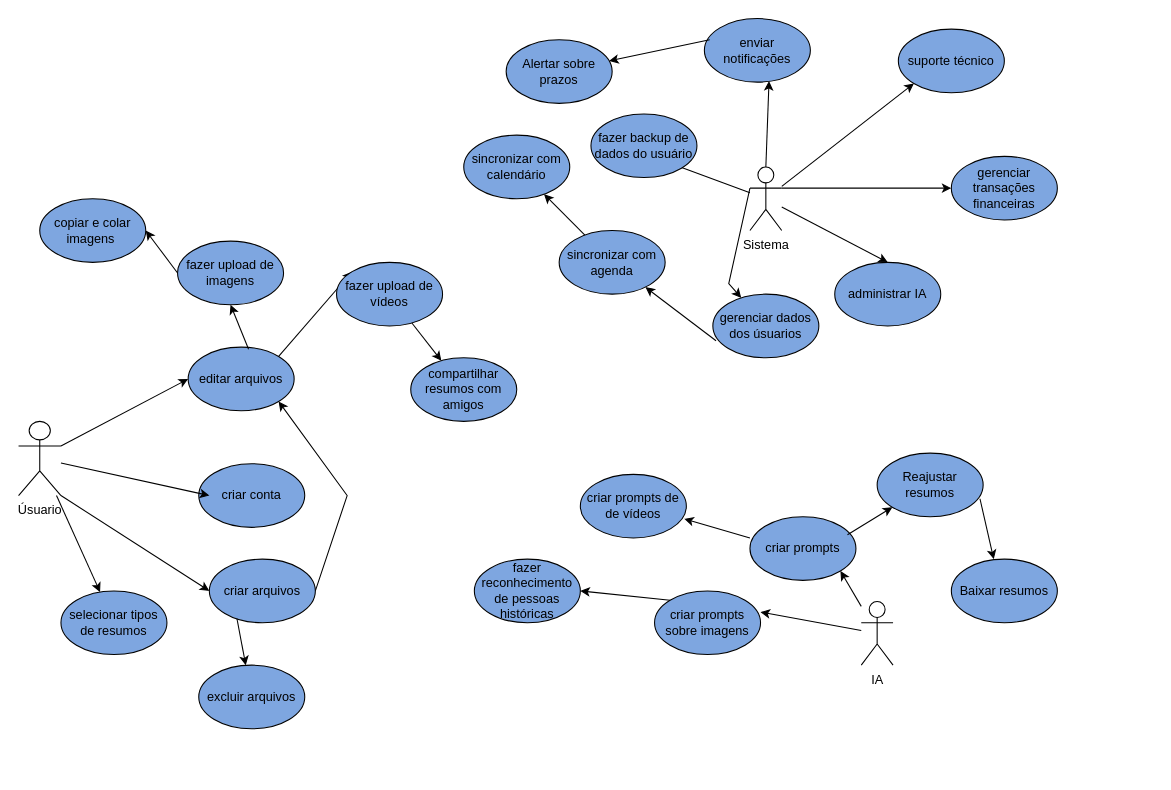
Before: page "casos de uso" (1 of 5) of Diagrama sem nome.drawio in neymarboliviano/FCW-AI, a draw.io diagram. Source tidied: cells renumbered, new cells numbered last; positions are measured from the earlier drawing's top-left corner, leaving out a move shared by most shapes. Both pictures are drawn from the tidied source at 106%, with x=0, y=0 at pixel (18, 18).
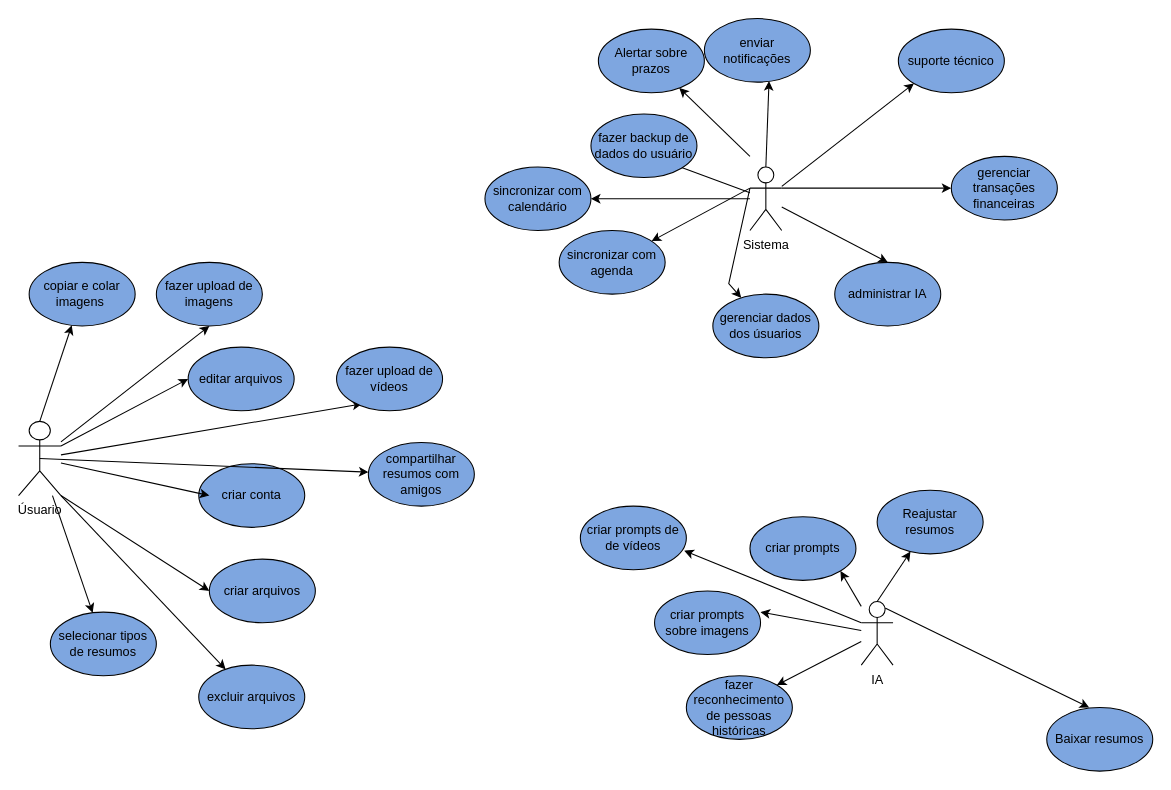
The same diagram, later.

Unchanged cells that the change refers to:
```xml
<mxCell id="2" value="editar arquivos" style="ellipse;whiteSpace=wrap;html=1;fillColor=light-dark(#7EA6E0,var(--ge-dark-color, #121212));" parent="1" vertex="1">
  <mxGeometry x="160" y="310" width="100" height="60" as="geometry" />
</mxCell>
<mxCell id="3" value="Úsuario" style="shape=umlActor;verticalLabelPosition=bottom;verticalAlign=top;html=1;outlineConnect=0;" parent="1" vertex="1">
  <mxGeometry y="380" width="40" height="70" as="geometry" />
</mxCell>
<mxCell id="5" value="enviar notificações" style="ellipse;whiteSpace=wrap;html=1;fillColor=light-dark(#7EA6E0,var(--ge-dark-color, #121212));" parent="1" vertex="1">
  <mxGeometry x="647" width="100" height="60" as="geometry" />
</mxCell>
<mxCell id="8" value="criar prompts" style="ellipse;whiteSpace=wrap;html=1;fillColor=light-dark(#7EA6E0,var(--ge-dark-color, #121212));" parent="1" vertex="1">
  <mxGeometry x="690" y="470" width="100" height="60" as="geometry" />
</mxCell>
<mxCell id="9" value="gerenciar dados dos úsuarios" style="ellipse;whiteSpace=wrap;html=1;fillColor=light-dark(#7EA6E0,var(--ge-dark-color, #121212));" parent="1" vertex="1">
  <mxGeometry x="655" y="260" width="100" height="60" as="geometry" />
</mxCell>
<mxCell id="10" value="criar arquivos" style="ellipse;whiteSpace=wrap;html=1;fillColor=light-dark(#7EA6E0,var(--ge-dark-color, #121212));" parent="1" vertex="1">
  <mxGeometry x="180" y="510" width="100" height="60" as="geometry" />
</mxCell>
<mxCell id="11" value="excluir arquivos" style="ellipse;whiteSpace=wrap;html=1;fillColor=light-dark(#7EA6E0,var(--ge-dark-color, #121212));" parent="1" vertex="1">
  <mxGeometry x="170" y="610" width="100" height="60" as="geometry" />
</mxCell>
<mxCell id="12" value="criar prompts sobre imagens" style="ellipse;whiteSpace=wrap;html=1;fillColor=light-dark(#7EA6E0,var(--ge-dark-color, #121212));" parent="1" vertex="1">
  <mxGeometry x="600" y="540" width="100" height="60" as="geometry" />
</mxCell>
<mxCell id="16" value="IA" style="shape=umlActor;verticalLabelPosition=bottom;verticalAlign=top;html=1;outlineConnect=0;" parent="1" vertex="1">
  <mxGeometry x="795" y="550" width="30" height="60" as="geometry" />
</mxCell>
<mxCell id="18" value="Sistema" style="shape=umlActor;verticalLabelPosition=bottom;verticalAlign=top;html=1;outlineConnect=0;" parent="1" vertex="1">
  <mxGeometry x="690" y="140" width="30" height="60" as="geometry" />
</mxCell>
<mxCell id="22" value="sincronizar com agenda" style="ellipse;whiteSpace=wrap;html=1;fillColor=light-dark(#7EA6E0,var(--ge-dark-color, #121212));" parent="1" vertex="1">
  <mxGeometry x="510" y="200" width="100" height="60" as="geometry" />
</mxCell>
```

The edit, as a diff of the source:
```diff
@@
-    <mxCell id="4" style="endArrow=classic;html=1;rounded=0;entryX=1;entryY=1;entryDx=0;entryDy=0;exitX=1;exitY=0.5;exitDx=0;exitDy=0;" parent="1" edge="1" source="10" target="2">
-      <mxGeometry relative="1" as="geometry">
-        <Array as="points">
-          <mxPoint x="310" y="450" />
-        </Array>
-      </mxGeometry>
-    </mxCell>
@@
     <mxCell id="7" value="sincronizar com calendário" style="ellipse;whiteSpace=wrap;html=1;fillColor=light-dark(#7EA6E0,var(--ge-dark-color, #121212));" parent="1" vertex="1">
-      <mxGeometry x="420" y="110" width="100" height="60" as="geometry" />
+      <mxGeometry x="440" y="140" width="100" height="60" as="geometry" />
     </mxCell>
@@
     <mxCell id="13" value="copiar e colar imagens&amp;nbsp;" style="ellipse;whiteSpace=wrap;html=1;fillColor=light-dark(#7EA6E0,var(--ge-dark-color, #121212));" parent="1" vertex="1">
-      <mxGeometry x="20" y="170" width="100" height="60" as="geometry" />
+      <mxGeometry x="10" y="230" width="100" height="60" as="geometry" />
     </mxCell>
@@
-    <mxCell id="15" style="endArrow=classic;html=1;rounded=0;exitX=0.26;exitY=0.933;exitDx=0;exitDy=0;exitPerimeter=0;" parent="1" edge="1" source="10" target="11">
+    <mxCell id="15" style="endArrow=classic;html=1;rounded=0;exitX=1;exitY=1;exitDx=0;exitDy=0;exitPerimeter=0;" parent="1" edge="1" source="3" target="11">
       <mxGeometry relative="1" as="geometry" />
     </mxCell>
@@
-    <mxCell id="21" style="endArrow=classic;html=1;rounded=0;exitX=0.03;exitY=0.733;exitDx=0;exitDy=0;exitPerimeter=0;" parent="1" edge="1" source="9" target="22">
+    <mxCell id="21" style="endArrow=classic;html=1;rounded=0;exitX=0;exitY=0.3333333333333333;exitDx=0;exitDy=0;exitPerimeter=0;" parent="1" edge="1" source="18" target="22">
       <mxGeometry relative="1" as="geometry" />
     </mxCell>
@@
-    <mxCell id="25" style="endArrow=classic;html=1;rounded=0;exitX=0;exitY=0.5;exitDx=0;exitDy=0;entryX=1;entryY=0.5;entryDx=0;entryDy=0;" parent="1" edge="1" source="32" target="13">
+    <mxCell id="25" style="endArrow=classic;html=1;rounded=0;exitX=0.5;exitY=0;exitDx=0;exitDy=0;exitPerimeter=0;" parent="1" edge="1" source="3" target="13">
       <mxGeometry relative="1" as="geometry" />
     </mxCell>
-    <mxCell id="26" style="endArrow=classic;html=1;rounded=0;" parent="1" edge="1" source="22" target="7">
+    <mxCell id="26" style="endArrow=classic;html=1;rounded=0;" parent="1" edge="1" source="18" target="7">
       <mxGeometry relative="1" as="geometry" />
     </mxCell>
@@
-    <mxCell id="28" style="endArrow=classic;html=1;rounded=0;exitX=1;exitY=0;exitDx=0;exitDy=0;entryX=0;entryY=0;entryDx=0;entryDy=0;" parent="1" edge="1" source="2" target="36">
+    <mxCell id="28" style="endArrow=classic;html=1;rounded=0;entryX=0.24;entryY=0.892;entryDx=0;entryDy=0;entryPerimeter=0;" parent="1" edge="1" source="3" target="36">
       <mxGeometry relative="1" as="geometry" />
     </mxCell>
@@
-    <mxCell id="30" style="endArrow=classic;html=1;rounded=0;exitX=0;exitY=0.333;exitDx=0;exitDy=0;exitPerimeter=0;entryX=0.98;entryY=0.7;entryDx=0;entryDy=0;entryPerimeter=0;" parent="1" edge="1" source="8" target="37">
+    <mxCell id="30" style="endArrow=classic;html=1;rounded=0;exitX=0;exitY=0.3333333333333333;exitDx=0;exitDy=0;exitPerimeter=0;entryX=0.98;entryY=0.7;entryDx=0;entryDy=0;entryPerimeter=0;" parent="1" edge="1" source="16" target="37">
       <mxGeometry relative="1" as="geometry" />
     </mxCell>
@@
     <mxCell id="32" value="fazer upload de imagens" style="ellipse;whiteSpace=wrap;html=1;fillColor=light-dark(#7EA6E0,var(--ge-dark-color, #121212));" parent="1" vertex="1">
-      <mxGeometry x="150" y="210" width="100" height="60" as="geometry" />
+      <mxGeometry x="130" y="230" width="100" height="60" as="geometry" />
     </mxCell>
@@
     <mxCell id="36" value="fazer upload de vídeos" style="ellipse;whiteSpace=wrap;html=1;fillColor=light-dark(#7EA6E0,var(--ge-dark-color, #121212));" parent="1" vertex="1">
-      <mxGeometry x="300" y="230" width="100" height="60" as="geometry" />
+      <mxGeometry x="300" y="310" width="100" height="60" as="geometry" />
     </mxCell>
     <mxCell id="37" value="criar prompts de de vídeos" style="ellipse;whiteSpace=wrap;html=1;fillColor=light-dark(#7EA6E0,var(--ge-dark-color, #121212));" parent="1" vertex="1">
-      <mxGeometry x="530" y="430" width="100" height="60" as="geometry" />
+      <mxGeometry x="530" y="460" width="100" height="60" as="geometry" />
     </mxCell>
     <mxCell id="38" value="fazer reconhecimento de pessoas históricas" style="ellipse;whiteSpace=wrap;html=1;fillColor=light-dark(#7EA6E0,var(--ge-dark-color, #121212));" parent="1" vertex="1">
-      <mxGeometry x="430" y="510" width="100" height="60" as="geometry" />
+      <mxGeometry x="630" y="620" width="100" height="60" as="geometry" />
     </mxCell>
     <mxCell id="39" value="selecionar tipos de resumos" style="ellipse;whiteSpace=wrap;html=1;fillColor=light-dark(#7EA6E0,var(--ge-dark-color, #121212));" parent="1" vertex="1">
-      <mxGeometry x="40" y="540" width="100" height="60" as="geometry" />
+      <mxGeometry x="30" y="560" width="100" height="60" as="geometry" />
     </mxCell>
     <mxCell id="40" value="compartilhar resumos com amigos" style="ellipse;whiteSpace=wrap;html=1;fillColor=light-dark(#7EA6E0,var(--ge-dark-color, #121212));" parent="1" vertex="1">
-      <mxGeometry x="370" y="320" width="100" height="60" as="geometry" />
+      <mxGeometry x="330" y="400" width="100" height="60" as="geometry" />
     </mxCell>
@@
-    <mxCell id="42" style="endArrow=classic;html=1;rounded=0;exitX=0;exitY=0;exitDx=0;exitDy=0;entryX=1;entryY=0.5;entryDx=0;entryDy=0;" parent="1" edge="1" source="12" target="38">
+    <mxCell id="42" style="endArrow=classic;html=1;rounded=0;entryX=1;entryY=0;entryDx=0;entryDy=0;" parent="1" edge="1" source="16" target="38">
       <mxGeometry relative="1" as="geometry" />
     </mxCell>
-    <mxCell id="43" style="endArrow=classic;html=1;rounded=0;" parent="1" edge="1" source="36" target="40">
+    <mxCell id="43" style="endArrow=classic;html=1;rounded=0;exitX=0.5;exitY=0.5;exitDx=0;exitDy=0;exitPerimeter=0;" parent="1" edge="1" source="3" target="40">
       <mxGeometry relative="1" as="geometry" />
     </mxCell>
-    <mxCell id="44" style="endArrow=classic;html=1;rounded=0;exitX=0.57;exitY=0.033;exitDx=0;exitDy=0;exitPerimeter=0;entryX=0.5;entryY=1;entryDx=0;entryDy=0;" parent="1" edge="1" source="2" target="32">
+    <mxCell id="44" style="endArrow=classic;html=1;rounded=0;entryX=0.5;entryY=1;entryDx=0;entryDy=0;" parent="1" edge="1" source="3" target="32">
       <mxGeometry relative="1" as="geometry" />
     </mxCell>
-    <mxCell id="45" style="endArrow=classic;html=1;rounded=0;exitX=0.92;exitY=0.283;exitDx=0;exitDy=0;exitPerimeter=0;" parent="1" edge="1" source="8" target="47">
+    <mxCell id="45" style="endArrow=classic;html=1;rounded=0;exitX=0.5;exitY=0;exitDx=0;exitDy=0;exitPerimeter=0;" parent="1" edge="1" source="16" target="47">
       <mxGeometry relative="1" as="geometry" />
     </mxCell>
-    <mxCell id="46" style="endArrow=classic;html=1;rounded=0;exitX=0.97;exitY=0.717;exitDx=0;exitDy=0;exitPerimeter=0;entryX=0.4;entryY=0;entryDx=0;entryDy=0;entryPerimeter=0;" parent="1" edge="1" source="47" target="48">
+    <mxCell id="46" style="endArrow=classic;html=1;rounded=0;exitX=0.75;exitY=0.1;exitDx=0;exitDy=0;exitPerimeter=0;entryX=0.4;entryY=0;entryDx=0;entryDy=0;entryPerimeter=0;" parent="1" edge="1" source="16" target="48">
       <mxGeometry relative="1" as="geometry" />
     </mxCell>
     <mxCell id="47" value="Reajustar resumos" style="ellipse;whiteSpace=wrap;html=1;fillColor=light-dark(#7EA6E0,var(--ge-dark-color, #121212));" parent="1" vertex="1">
-      <mxGeometry x="810" y="410" width="100" height="60" as="geometry" />
+      <mxGeometry x="810" y="445" width="100" height="60" as="geometry" />
     </mxCell>
     <mxCell id="48" value="Baixar resumos" style="ellipse;whiteSpace=wrap;html=1;fillColor=light-dark(#7EA6E0,var(--ge-dark-color, #121212));" parent="1" vertex="1">
-      <mxGeometry x="880" y="510" width="100" height="60" as="geometry" />
+      <mxGeometry x="970" y="650" width="100" height="60" as="geometry" />
     </mxCell>
     <mxCell id="49" value="Alertar sobre prazos" style="ellipse;whiteSpace=wrap;html=1;fillColor=light-dark(#7EA6E0,var(--ge-dark-color, #121212));" parent="1" vertex="1">
-      <mxGeometry x="460" y="20" width="100" height="60" as="geometry" />
+      <mxGeometry x="547" y="10" width="100" height="60" as="geometry" />
     </mxCell>
-    <mxCell id="50" style="endArrow=classic;html=1;rounded=0;exitX=0.05;exitY=0.333;exitDx=0;exitDy=0;exitPerimeter=0;" parent="1" edge="1" source="5" target="49">
-      <mxGeometry relative="1" as="geometry" />
+    <mxCell id="50" style="endArrow=classic;html=1;rounded=0;" parent="1" edge="1" target="49">
+      <mxGeometry relative="1" as="geometry">
+        <mxPoint x="690" y="130" as="sourcePoint" />
+      </mxGeometry>
     </mxCell>
```
